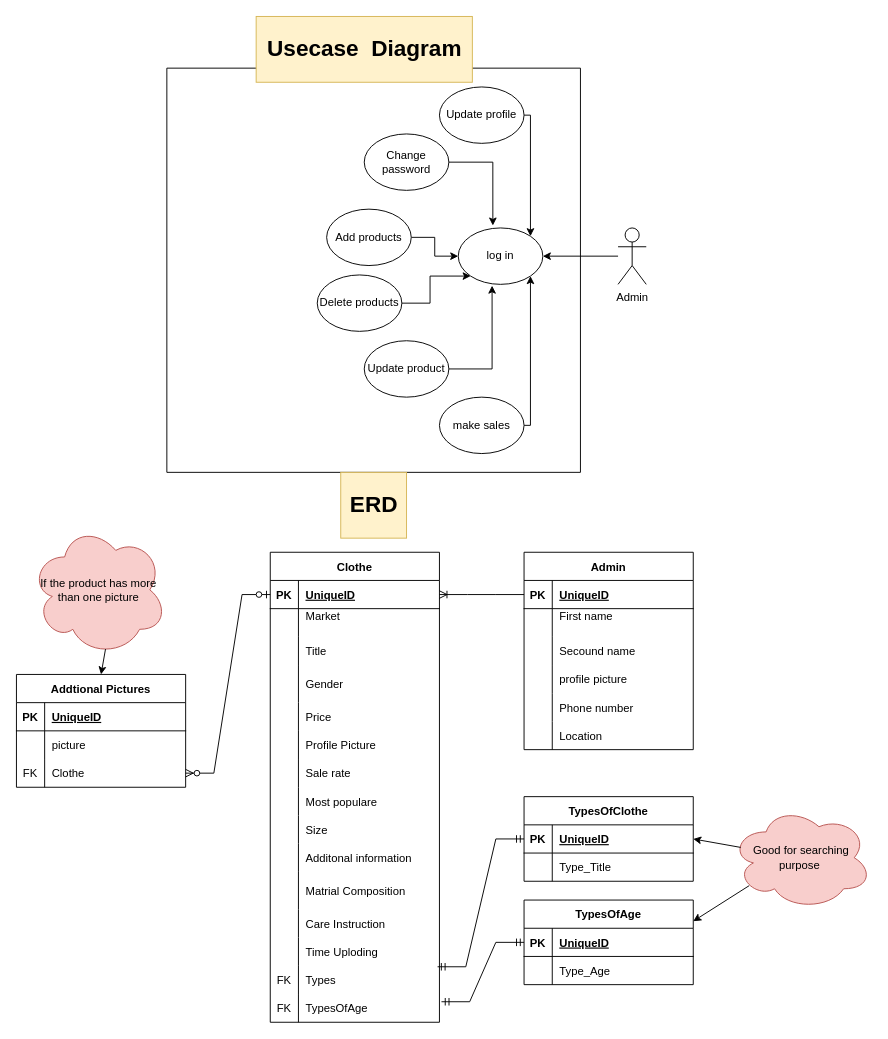
Earlier version of the draw.io diagram TCSH usecase.drawio (KhaledAlhelwane/TCSH). Source tidied: cells renumbered, new cells numbered last; positions are measured from the earlier drawing's top-left corner, leaving out a move shared by most shapes. Both pictures are drawn from the tidied source at 94%, with x=0, y=0 at pixel (16, 16).
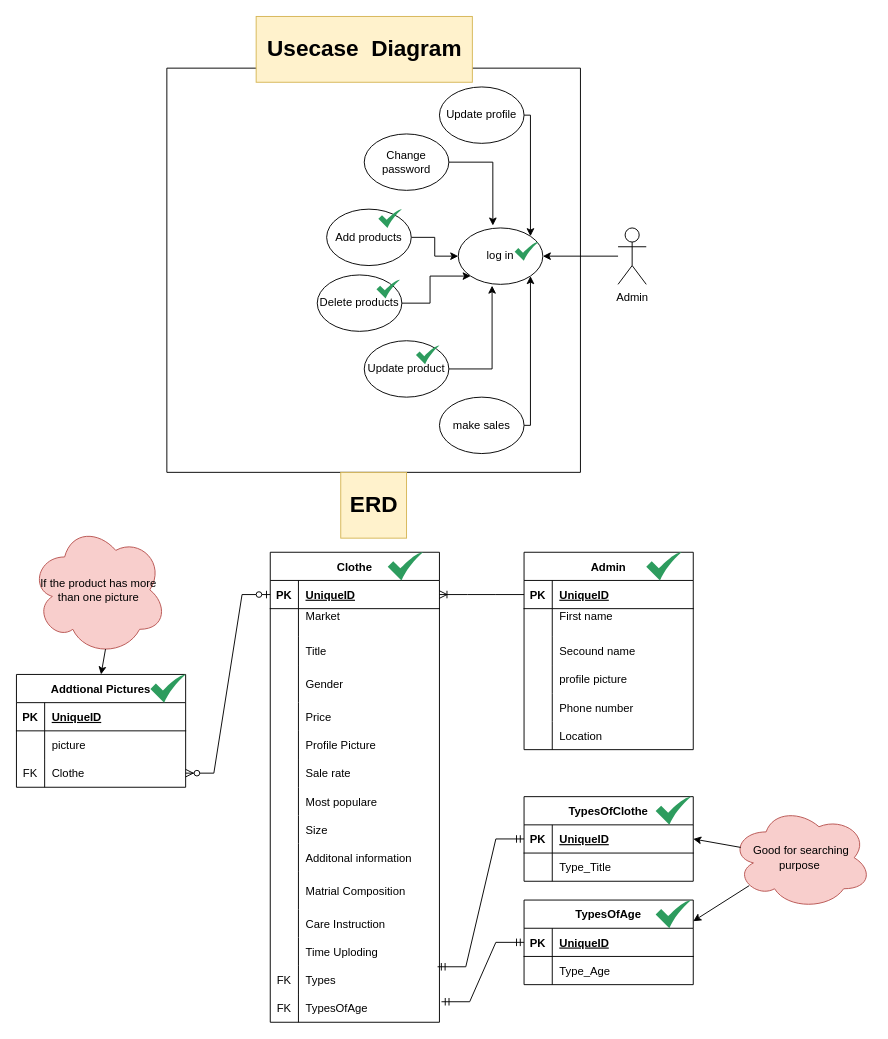
The same page after the edit.

Unchanged cells that the change refers to:
```xml
<mxCell id="2" style="swimlane;startSize=0;" parent="1" vertex="1">
  <mxGeometry x="160" y="55" width="440" height="430" as="geometry" />
</mxCell>
```

The edit, as a diff of the source:
```diff
@@
+    <mxCell id="118" style="sketch=0;html=1;strokeColor=none;shadow=0;align=center;verticalAlign=top;fillColor=#2D9C5E;shape=mxgraph.gcp2.check;" parent="2" vertex="1">
+      <mxGeometry x="370" y="185" width="25" height="20" as="geometry" />
+    </mxCell>
+    <mxCell id="119" style="sketch=0;html=1;strokeColor=none;shadow=0;align=center;verticalAlign=top;fillColor=#2D9C5E;shape=mxgraph.gcp2.check;" parent="2" vertex="1">
+      <mxGeometry x="265" y="295" width="25" height="20" as="geometry" />
+    </mxCell>
+    <mxCell id="120" style="sketch=0;html=1;strokeColor=none;shadow=0;align=center;verticalAlign=top;fillColor=#2D9C5E;shape=mxgraph.gcp2.check;" parent="2" vertex="1">
+      <mxGeometry x="223" y="225" width="25" height="20" as="geometry" />
+    </mxCell>
+    <mxCell id="121" style="sketch=0;html=1;strokeColor=none;shadow=0;align=center;verticalAlign=top;fillColor=#2D9C5E;shape=mxgraph.gcp2.check;" parent="2" vertex="1">
+      <mxGeometry x="225" y="150" width="25" height="20" as="geometry" />
+    </mxCell>
@@
+    <mxCell id="122" style="sketch=0;html=1;strokeColor=none;shadow=0;align=center;verticalAlign=top;fillColor=#2D9C5E;shape=mxgraph.gcp2.check;" parent="1" vertex="1">
+      <mxGeometry x="670" y="570" width="37.5" height="30" as="geometry" />
+    </mxCell>
+    <mxCell id="123" style="sketch=0;html=1;strokeColor=none;shadow=0;align=center;verticalAlign=top;fillColor=#2D9C5E;shape=mxgraph.gcp2.check;" parent="1" vertex="1">
+      <mxGeometry x="395" y="570" width="37.5" height="30" as="geometry" />
+    </mxCell>
+    <mxCell id="124" style="sketch=0;html=1;strokeColor=none;shadow=0;align=center;verticalAlign=top;fillColor=#2D9C5E;shape=mxgraph.gcp2.check;" parent="1" vertex="1">
+      <mxGeometry x="680" y="830" width="37.5" height="30" as="geometry" />
+    </mxCell>
+    <mxCell id="125" style="sketch=0;html=1;strokeColor=none;shadow=0;align=center;verticalAlign=top;fillColor=#2D9C5E;shape=mxgraph.gcp2.check;" parent="1" vertex="1">
+      <mxGeometry x="142.5" y="700" width="37.5" height="30" as="geometry" />
+    </mxCell>
+    <mxCell id="126" style="sketch=0;html=1;strokeColor=none;shadow=0;align=center;verticalAlign=top;fillColor=#2D9C5E;shape=mxgraph.gcp2.check;" parent="1" vertex="1">
+      <mxGeometry x="680" y="940" width="37.5" height="30" as="geometry" />
+    </mxCell>
```
